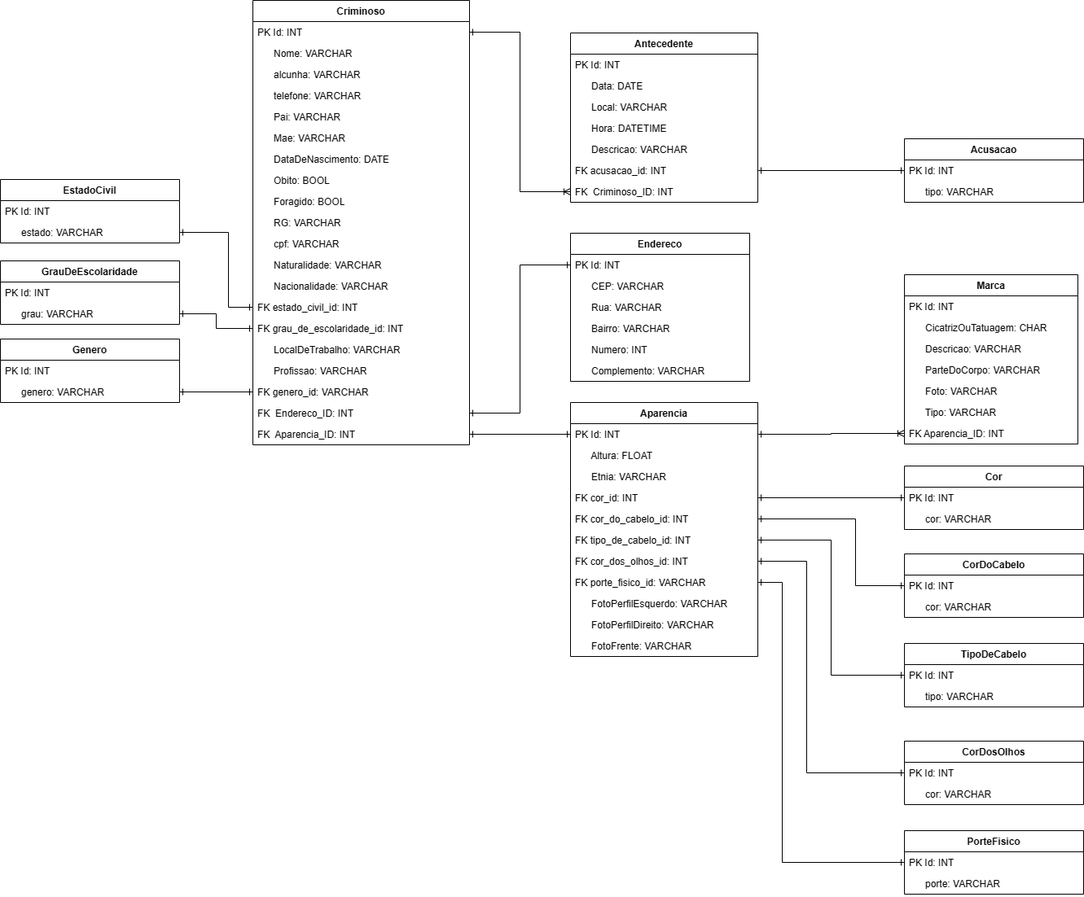
PlazaJulio/pcproject keeps this draw.io diagram as Fotos/UML/BancoDeDadosUML.png. Above is the earlier version. Source tidied: cells renumbered, new cells last; positions are measured from the earlier drawing's top-left corner, leaving out a move shared by most shapes.
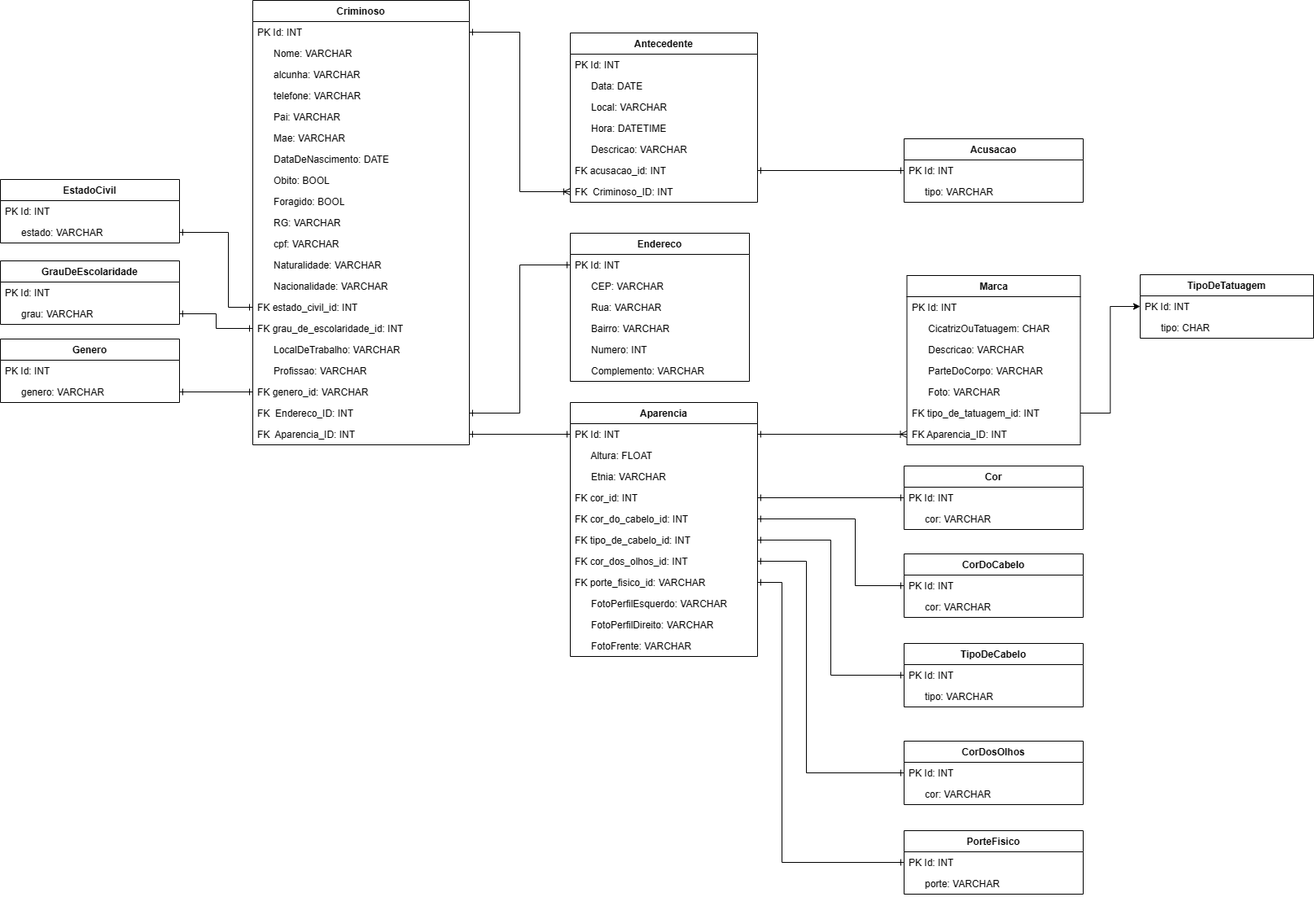
The same file after the commit.

Commit message:
Alterado UML do banco para adicionar a tabela tipoDeTatuagem

Change to the diagram source:
```diff
@@ -126,7 +126,7 @@
       <mxGeometry y="286" width="230" height="26" as="geometry" />
     </mxCell>
     <mxCell id="43" value="Marca" style="swimlane;fontStyle=1;align=center;verticalAlign=top;horizontal=1;startSize=26;whiteSpace=wrap;html=1;" parent="1" vertex="1">
-      <mxGeometry x="1110" y="337" width="213" height="208" as="geometry" />
+      <mxGeometry x="1113.5" y="338" width="213" height="208" as="geometry" />
     </mxCell>
     <mxCell id="44" value="PK Id: INT" style="text;strokeColor=none;fillColor=none;align=left;verticalAlign=top;spacingLeft=4;spacingRight=4;overflow=hidden;whiteSpace=wrap;html=1;" parent="43" vertex="1">
       <mxGeometry y="26" width="213" height="26" as="geometry" />
@@ -143,7 +143,7 @@
     <mxCell id="48" value="&amp;nbsp; &amp;nbsp; &amp;nbsp; Foto: VARCHAR" style="text;strokeColor=none;fillColor=none;align=left;verticalAlign=top;spacingLeft=4;spacingRight=4;overflow=hidden;whiteSpace=wrap;html=1;" parent="43" vertex="1">
       <mxGeometry y="130" width="213" height="26" as="geometry" />
     </mxCell>
-    <mxCell id="49" value="&amp;nbsp; &amp;nbsp; &amp;nbsp; Tipo: VARCHAR" style="text;strokeColor=none;fillColor=none;align=left;verticalAlign=top;spacingLeft=4;spacingRight=4;overflow=hidden;points=[[0,0.5],[1,0.5]];portConstraint=eastwest;whiteSpace=wrap;html=1;" parent="43" vertex="1">
+    <mxCell id="49" value="FK tipo_de_tatuagem_id: INT" style="text;strokeColor=none;fillColor=none;align=left;verticalAlign=top;spacingLeft=4;spacingRight=4;overflow=hidden;points=[[0,0.5],[1,0.5]];portConstraint=eastwest;whiteSpace=wrap;html=1;" parent="43" vertex="1">
       <mxGeometry y="156" width="213" height="26" as="geometry" />
     </mxCell>
     <mxCell id="50" value="FK Aparencia_ID: INT" style="text;strokeColor=none;fillColor=none;align=left;verticalAlign=top;spacingLeft=4;spacingRight=4;overflow=hidden;points=[[0,0.5],[1,0.5]];portConstraint=eastwest;whiteSpace=wrap;html=1;" parent="43" vertex="1">
@@ -315,5 +315,17 @@
         </Array>
       </mxGeometry>
     </mxCell>
+    <mxCell id="98" value="TipoDeTatuagem" style="swimlane;fontStyle=1;align=center;verticalAlign=top;horizontal=1;startSize=26;whiteSpace=wrap;html=1;" parent="1" vertex="1">
+      <mxGeometry x="1400" y="337" width="213" height="78" as="geometry" />
+    </mxCell>
+    <mxCell id="99" value="PK Id: INT" style="text;strokeColor=none;fillColor=none;align=left;verticalAlign=top;spacingLeft=4;spacingRight=4;overflow=hidden;points=[[0,0.5],[1,0.5]];portConstraint=eastwest;whiteSpace=wrap;html=1;" parent="98" vertex="1">
+      <mxGeometry y="26" width="213" height="26" as="geometry" />
+    </mxCell>
+    <mxCell id="100" value="&amp;nbsp; &amp;nbsp; &amp;nbsp; tipo: CHAR" style="text;strokeColor=none;fillColor=none;align=left;verticalAlign=top;spacingLeft=4;spacingRight=4;overflow=hidden;whiteSpace=wrap;html=1;" parent="98" vertex="1">
+      <mxGeometry y="52" width="213" height="26" as="geometry" />
+    </mxCell>
+    <mxCell id="101" style="edgeStyle=orthogonalEdgeStyle;rounded=0;jettySize=auto;html=1;entryX=0;entryY=0.5;entryDx=0;entryDy=0;" parent="1" edge="1" source="49" target="99">
+      <mxGeometry relative="1" as="geometry" />
+    </mxCell>
   </root>
 </mxGraphModel>
```
